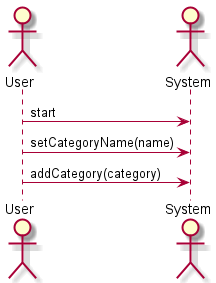
This is src/diagrams_operations/diagrams_operations_img/add_category.png from drDeepl/purchased-products-app-nest, a PlantUML export, as it was before one commit. Its diagram source:
```plantuml
@startuml add_category
skinparam backgroundColor #FFFFFF
actor User
actor System

User -> System: start
User -> System: setCategoryName(name)
User -> System: addCategory(category)

@enduml
```
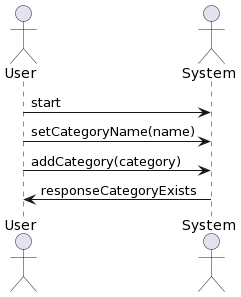
The same diagram one commit later.

Change to the diagram source:
```diff
@@ -1,4 +1,4 @@
-@startuml add_category
+@startuml
 skinparam backgroundColor #FFFFFF
 actor User
 actor System
@@ -6,5 +6,5 @@
 User -> System: start
 User -> System: setCategoryName(name)
 User -> System: addCategory(category)
-
+System -> User: responseCategoryExists
 @enduml
```
